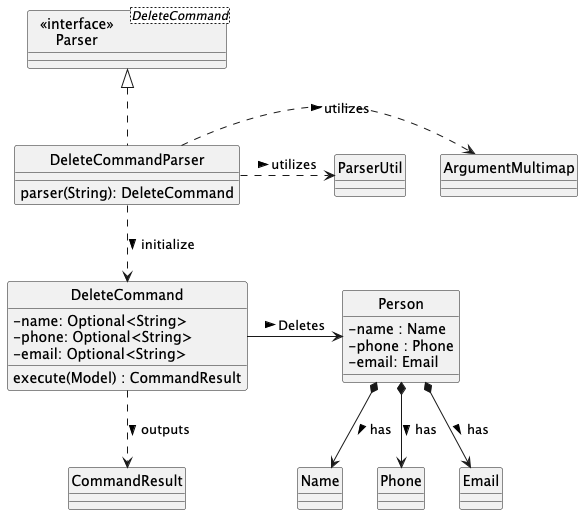
The PlantUML diagram docs/images/DeleteClassDiagram.png in nus-cs2103-AY2425S1/tp, before a commit.
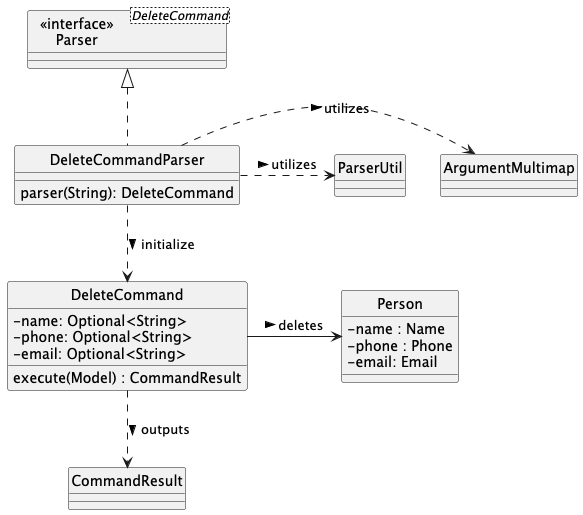
After the commit.

The edit, as a diff of the source:
```diff
@@ -23,9 +23,6 @@
   -phone : Phone
   -email: Email
 }
-Class Name
-Class Phone
-Class Email
 
 DeleteCommandParser .up.|> Parser
 
@@ -36,9 +33,6 @@
 DeleteCommand .down.> CommandResult: outputs >
 
 
-DeleteCommand -right-> Person: Deletes >
-Person *-down-> Name: has >
-Person *-down-> Phone: has >
-Person *-down-> Email: has >
+DeleteCommand -right-> Person: deletes >
 
 @enduml
```
